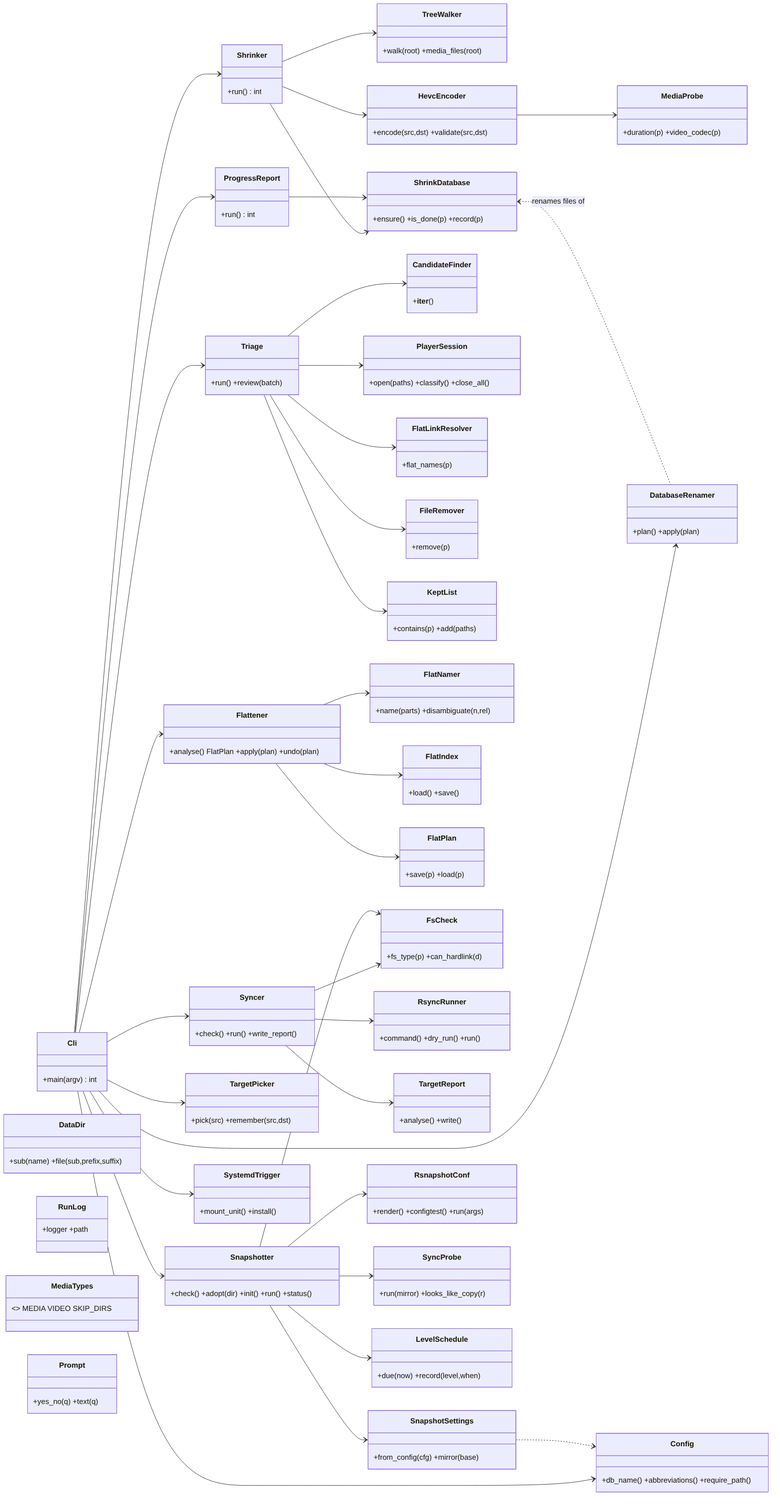
This is docs/img/classes.png from peddanet/mediatools, a Mermaid export, as it was before one commit. Its source is kept beside it as docs/img/classes.mmd. Its diagram source:
```mermaid
classDiagram
  direction LR
  class Cli { +main(argv) int }
  class Config { +db_name() +abbreviations() +require_path() }
  class DataDir { +sub(name) +file(sub,prefix,suffix) }
  class RunLog { +logger +path }
  class MediaTypes { <<static>> MEDIA VIDEO SKIP_DIRS }
  class MediaProbe { +duration(p) +video_codec(p) }
  class TreeWalker { +walk(root) +media_files(root) }
  class Prompt { +yes_no(q) +text(q) }
  class Shrinker { +run() int }
  class ShrinkDatabase { +ensure() +is_done(p) +record(p) }
  class HevcEncoder { +encode(src,dst) +validate(src,dst) }
  class ProgressReport { +run() int }
  class DatabaseRenamer { +plan() +apply(plan) }
  class Triage { +run() +review(batch) }
  class CandidateFinder { +__iter__() }
  class PlayerSession { +open(paths) +classify() +close_all() }
  class FlatLinkResolver { +flat_names(p) }
  class FileRemover { +remove(p) }
  class KeptList { +contains(p) +add(paths) }
  class Flattener { +analyse() FlatPlan +apply(plan) +undo(plan) }
  class FlatNamer { +name(parts) +disambiguate(n,rel) }
  class FlatIndex { +load() +save() }
  class FlatPlan { +save(p) +load(p) }
  class Syncer { +check() +run() +write_report() }
  class FsCheck { +fs_type(p) +can_hardlink(d) }
  class TargetPicker { +pick(src) +remember(src,dst) }
  class RsyncRunner { +command() +dry_run() +run() }
  class TargetReport { +analyse() +write() }
  class Snapshotter { +check() +adopt(dir) +init() +run() +status() }
  class SnapshotSettings { +from_config(cfg) +mirror(base) }
  class RsnapshotConf { +render() +configtest() +run(args) }
  class SyncProbe { +run(mirror) +looks_like_copy(r) }
  class LevelSchedule { +due(now) +record(level,when) }
  class SystemdTrigger { +mount_unit() +install() }
  Cli --> Shrinker
  Cli --> ProgressReport
  Cli --> Triage
  Cli --> Flattener
  Cli --> Syncer
  Shrinker --> ShrinkDatabase
  Shrinker --> HevcEncoder
  Shrinker --> TreeWalker
  HevcEncoder --> MediaProbe
  ProgressReport --> ShrinkDatabase
  Triage --> CandidateFinder
  Triage --> PlayerSession
  Triage --> FlatLinkResolver
  Triage --> FileRemover
  Triage --> KeptList
  Flattener --> FlatNamer
  Flattener --> FlatIndex
  Flattener --> FlatPlan
  Syncer --> FsCheck
  Syncer --> RsyncRunner
  Syncer --> TargetReport
  Cli --> TargetPicker
  Cli --> Config
  Cli --> DatabaseRenamer
  Cli --> Snapshotter
  Cli --> SystemdTrigger
  ShrinkDatabase <.. DatabaseRenamer : renames files of
  Snapshotter --> SnapshotSettings
  Snapshotter --> RsnapshotConf
  Snapshotter --> SyncProbe
  Snapshotter --> LevelSchedule
  Snapshotter --> FsCheck
  SnapshotSettings ..> Config
```
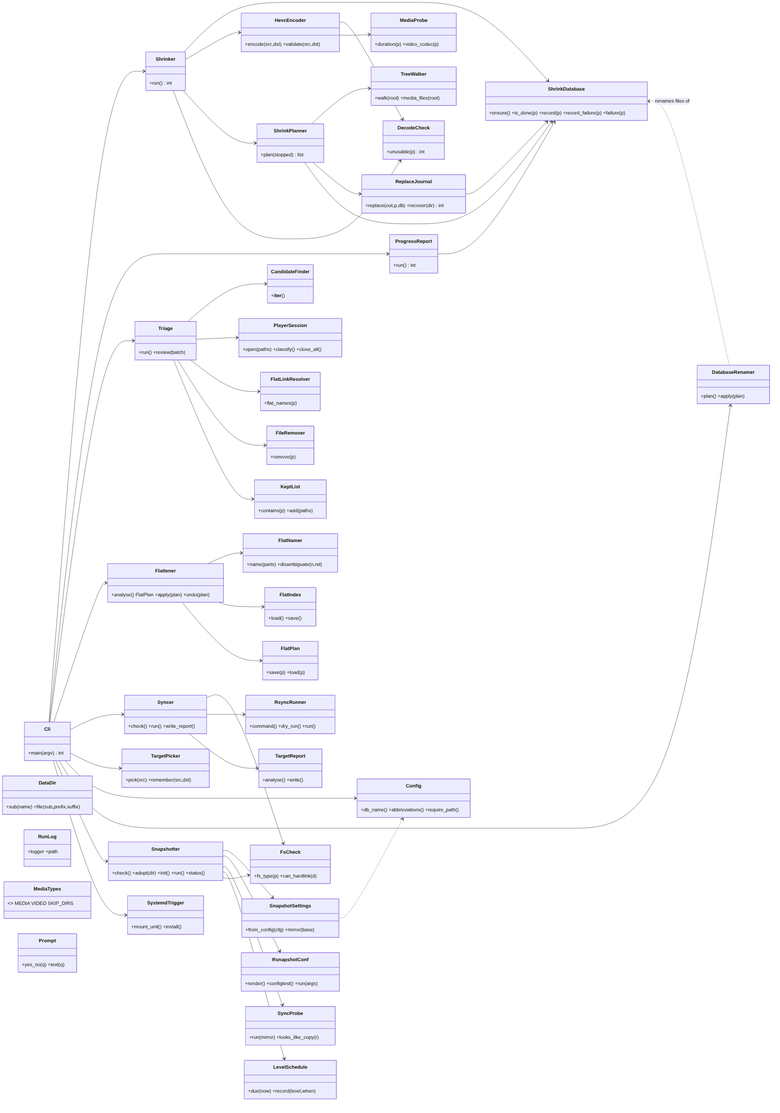
After the change.

Diff of the diagram source:
```diff
@@ -9,7 +9,10 @@
   class TreeWalker { +walk(root) +media_files(root) }
   class Prompt { +yes_no(q) +text(q) }
   class Shrinker { +run() int }
-  class ShrinkDatabase { +ensure() +is_done(p) +record(p) }
+  class ShrinkDatabase { +ensure() +is_done(p) +record(p) +record_failure(p) +failure(p) }
+  class ShrinkPlanner { +plan(stopped) list }
+  class ReplaceJournal { +replace(out,p,db) +recover(dir) int }
+  class DecodeCheck { +unusable(p) int }
   class HevcEncoder { +encode(src,dst) +validate(src,dst) }
   class ProgressReport { +run() int }
   class DatabaseRenamer { +plan() +apply(plan) }
@@ -41,7 +44,13 @@
   Cli --> Syncer
   Shrinker --> ShrinkDatabase
   Shrinker --> HevcEncoder
-  Shrinker --> TreeWalker
+  Shrinker --> ShrinkPlanner
+  Shrinker --> DecodeCheck
+  ShrinkPlanner --> TreeWalker
+  ShrinkPlanner --> ReplaceJournal
+  ShrinkPlanner --> ShrinkDatabase
+  ReplaceJournal --> ShrinkDatabase
+  HevcEncoder --> DecodeCheck
   HevcEncoder --> MediaProbe
   ProgressReport --> ShrinkDatabase
   Triage --> CandidateFinder
```
